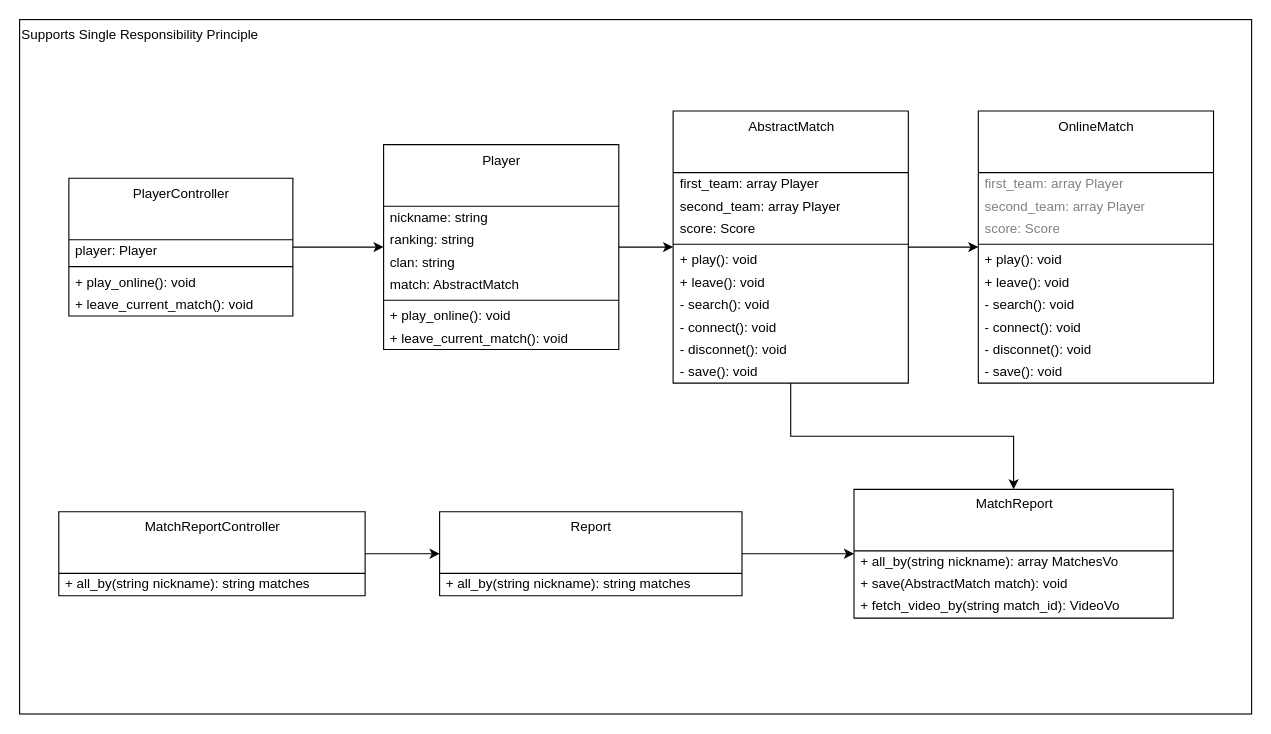
Before: page "BROKEN-OCP" (8 of 9) of images/clean-code-clean-classes/clean-classes.drawio in GabrielSlima/blog, a draw.io diagram. Source tidied: cells renumbered, new cells numbered last; positions are measured from the earlier drawing's top-left corner, leaving out a move shared by most shapes. Both pictures are drawn from the tidied source at 112%, with x=0, y=0 at pixel (19, 19).
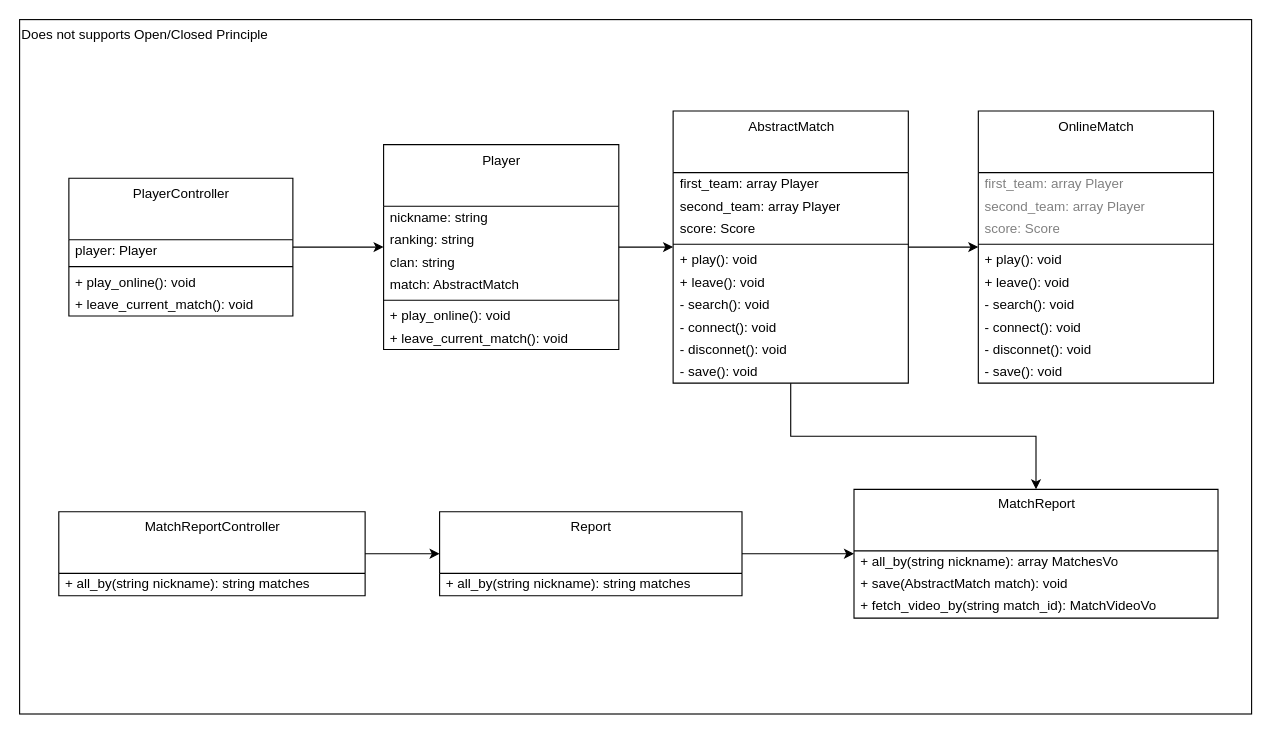
The same page after the edit.

Diff of the diagram source:
```diff
@@
-    <mxCell id="2" value="Supports Single Responsibility Principle" style="rounded=0;whiteSpace=wrap;html=1;fillColor=none;align=left;verticalAlign=top;" parent="1" vertex="1">
+    <mxCell id="2" value="Does not supports Open/Closed Principle" style="rounded=0;whiteSpace=wrap;html=1;fillColor=none;align=left;verticalAlign=top;" parent="1" vertex="1">
       <mxGeometry width="1100" height="620" as="geometry" />
     </mxCell>
     <mxCell id="3" value="MatchReport" style="swimlane;fontStyle=0;align=center;verticalAlign=top;horizontal=1;startSize=55;html=1;fillColor=none;" parent="1" vertex="1">
-      <mxGeometry x="745" y="419.4" width="285" height="115" as="geometry" />
+      <mxGeometry x="745" y="419.4" width="325" height="115" as="geometry" />
     </mxCell>
     <mxCell id="4" value="+ all_by(string nickname): array MatchesVo" style="text;html=1;strokeColor=none;fillColor=none;align=left;verticalAlign=middle;spacingLeft=4;spacingRight=4;overflow=hidden;" parent="3" vertex="1">
-      <mxGeometry y="55" width="285" height="20" as="geometry" />
+      <mxGeometry y="55" width="325" height="20" as="geometry" />
     </mxCell>
     <mxCell id="5" value="+ save(AbstractMatch match): void" style="text;html=1;strokeColor=none;fillColor=none;align=left;verticalAlign=middle;spacingLeft=4;spacingRight=4;overflow=hidden;" parent="3" vertex="1">
-      <mxGeometry y="75" width="285" height="20" as="geometry" />
+      <mxGeometry y="75" width="325" height="20" as="geometry" />
     </mxCell>
-    <mxCell id="6" value="+ fetch_video_by(string match_id): VideoVo" style="text;html=1;strokeColor=none;fillColor=none;align=left;verticalAlign=middle;spacingLeft=4;spacingRight=4;overflow=hidden;" parent="3" vertex="1">
-      <mxGeometry y="95" width="285" height="20" as="geometry" />
+    <mxCell id="6" value="+ fetch_video_by(string match_id): MatchVideoVo" style="text;html=1;strokeColor=none;fillColor=none;align=left;verticalAlign=middle;spacingLeft=4;spacingRight=4;overflow=hidden;" parent="3" vertex="1">
+      <mxGeometry y="95" width="325" height="20" as="geometry" />
     </mxCell>
```
